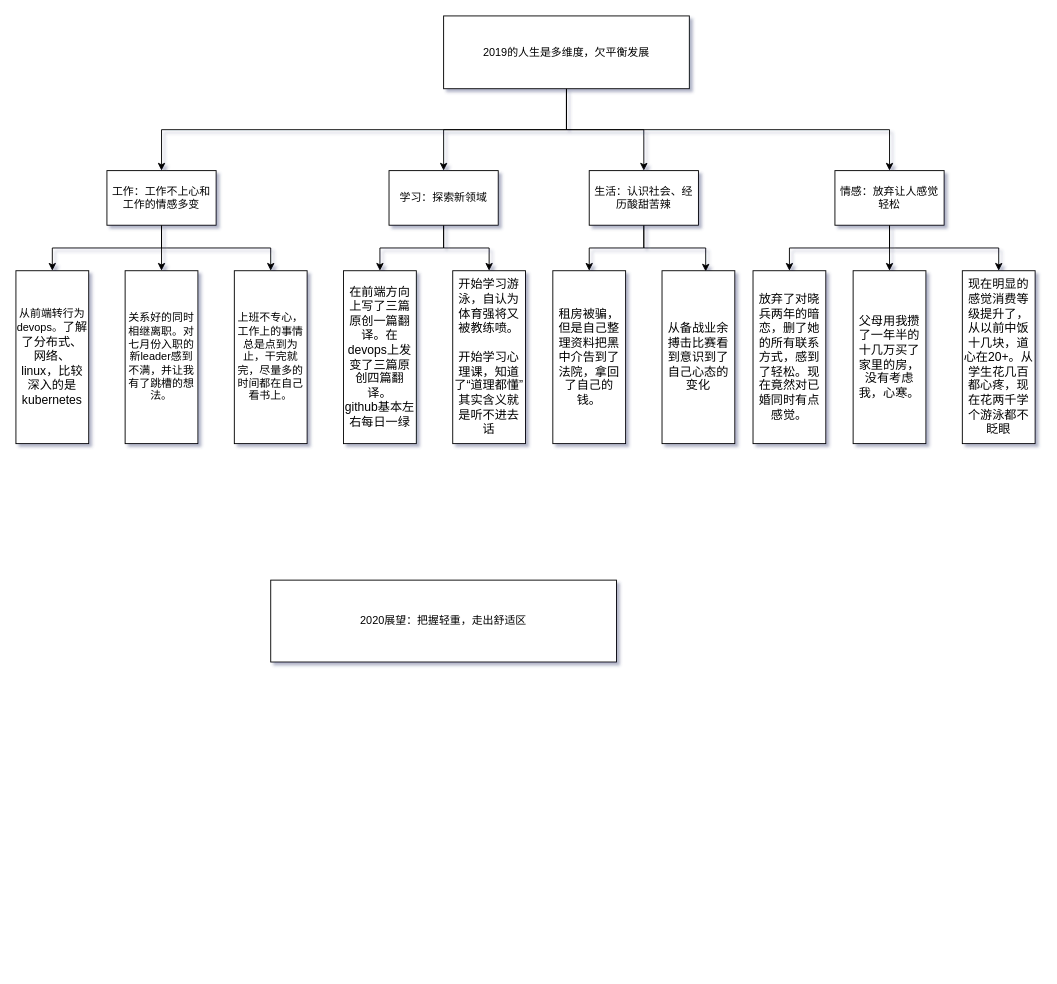
This is 2019-summary.drawio from helios741/plan, a draw.io file, before an edit. Source tidied: cells renumbered, new cells numbered last; positions are measured from the earlier drawing's top-left corner, leaving out a move shared by most shapes. Both pictures are drawn from the tidied source at 91%, with x=0, y=0 at pixel (15, 15).
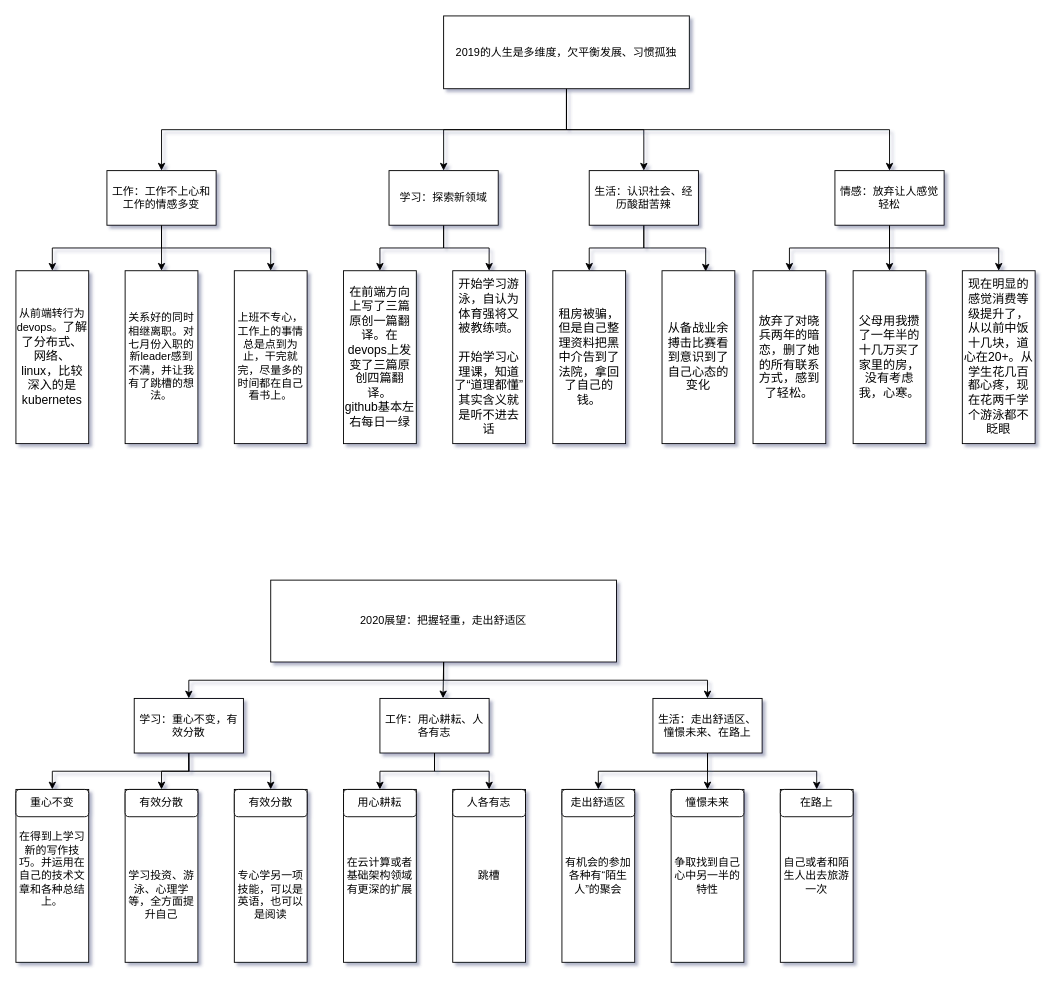
The same page after the edit.

The change refers to these unchanged cells:
```xml
<mxCell id="31" value="2020展望：把握轻重，走出舒适区" style="rounded=0;whiteSpace=wrap;html=1;" parent="1" vertex="1">
  <mxGeometry x="280" y="620" width="380" height="90" as="geometry" />
</mxCell>
```

Change to the diagram source:
```diff
@@
-    <mxCell id="6" value="2019的人生是多维度，欠平衡发展" style="rounded=0;whiteSpace=wrap;html=1;" parent="1" vertex="1">
+    <mxCell id="6" value="2019的人生是多维度，欠平衡发展、习惯孤独" style="rounded=0;whiteSpace=wrap;html=1;" parent="1" vertex="1">
       <mxGeometry x="470" width="270" height="80" as="geometry" />
     </mxCell>
@@
-    <mxCell id="28" value="&lt;span style=&quot;font-size: 13.3333px&quot;&gt;放弃了对晓兵两年的暗恋，删了她的所有联系方式，感到了轻松。现在竟然对已婚同时有点感觉。&lt;br&gt;&lt;/span&gt;" style="rounded=0;whiteSpace=wrap;html=1;" parent="1" vertex="1">
+    <mxCell id="28" value="&lt;span style=&quot;font-size: 13.3333px&quot;&gt;放弃了对晓兵两年的暗恋，删了她的所有联系方式，感到了轻松。&lt;br&gt;&lt;/span&gt;" style="rounded=0;whiteSpace=wrap;html=1;" parent="1" vertex="1">
       <mxGeometry x="810" y="280" width="80" height="190" as="geometry" />
     </mxCell>
@@
+    <mxCell id="32" style="edgeStyle=orthogonalEdgeStyle;rounded=0;jettySize=auto;html=1;exitX=0.5;exitY=1;exitDx=0;exitDy=0;entryX=0.5;entryY=0;entryDx=0;entryDy=0;" parent="1" edge="1" source="31" target="38">
+      <mxGeometry relative="1" as="geometry" />
+    </mxCell>
+    <mxCell id="33" style="edgeStyle=orthogonalEdgeStyle;rounded=0;jettySize=auto;html=1;exitX=0.5;exitY=1;exitDx=0;exitDy=0;entryX=0.578;entryY=-0.002;entryDx=0;entryDy=0;entryPerimeter=0;" parent="1" edge="1" source="31" target="49">
+      <mxGeometry relative="1" as="geometry" />
+    </mxCell>
+    <mxCell id="34" style="edgeStyle=orthogonalEdgeStyle;rounded=0;jettySize=auto;html=1;exitX=0.5;exitY=1;exitDx=0;exitDy=0;" parent="1" edge="1" source="31" target="55">
+      <mxGeometry relative="1" as="geometry" />
+    </mxCell>
@@
+    <mxCell id="35" style="edgeStyle=orthogonalEdgeStyle;rounded=0;jettySize=auto;html=1;exitX=0.5;exitY=1;exitDx=0;exitDy=0;entryX=0.5;entryY=0;entryDx=0;entryDy=0;" parent="1" edge="1" source="38" target="42">
+      <mxGeometry relative="1" as="geometry" />
+    </mxCell>
+    <mxCell id="36" style="edgeStyle=orthogonalEdgeStyle;rounded=0;jettySize=auto;html=1;exitX=0.5;exitY=1;exitDx=0;exitDy=0;" parent="1" edge="1" source="38" target="44">
+      <mxGeometry relative="1" as="geometry" />
+    </mxCell>
+    <mxCell id="37" style="edgeStyle=orthogonalEdgeStyle;rounded=0;jettySize=auto;html=1;exitX=0.5;exitY=1;exitDx=0;exitDy=0;entryX=0.5;entryY=0;entryDx=0;entryDy=0;" parent="1" edge="1" source="38" target="46">
+      <mxGeometry relative="1" as="geometry" />
+    </mxCell>
+    <mxCell id="38" value="学习：重心不变，有效分散" style="rounded=0;whiteSpace=wrap;html=1;" parent="1" vertex="1">
+      <mxGeometry x="130" y="750" width="120" height="60" as="geometry" />
+    </mxCell>
+    <mxCell id="39" value="在云计算或者基础架构领域有更深的扩展" style="rounded=0;whiteSpace=wrap;html=1;" parent="1" vertex="1">
+      <mxGeometry x="360" y="850" width="80" height="190" as="geometry" />
+    </mxCell>
+    <mxCell id="40" value="在得到上学习新的写作技巧。并运用在自己的技术文章和各种总结上。&lt;br&gt;&lt;br&gt;" style="rounded=0;whiteSpace=wrap;html=1;" parent="1" vertex="1">
+      <mxGeometry y="850" width="80" height="190" as="geometry" />
+    </mxCell>
+    <mxCell id="41" value="用心耕耘" style="rounded=1;whiteSpace=wrap;html=1;" parent="1" vertex="1">
+      <mxGeometry x="360" y="850" width="80" height="30" as="geometry" />
+    </mxCell>
+    <mxCell id="42" value="重心不变" style="rounded=1;whiteSpace=wrap;html=1;" parent="1" vertex="1">
+      <mxGeometry y="850" width="80" height="30" as="geometry" />
+    </mxCell>
+    <mxCell id="43" value="&lt;br&gt;&lt;br&gt;&lt;br&gt;学习投资、游泳、心理学等，全方面提升自己" style="rounded=0;whiteSpace=wrap;html=1;" parent="1" vertex="1">
+      <mxGeometry x="120" y="850" width="80" height="190" as="geometry" />
+    </mxCell>
+    <mxCell id="44" value="有效分散" style="rounded=1;whiteSpace=wrap;html=1;" parent="1" vertex="1">
+      <mxGeometry x="120" y="850" width="80" height="30" as="geometry" />
+    </mxCell>
+    <mxCell id="45" value="&lt;br&gt;&lt;br&gt;&lt;br&gt;专心学另一项技能，可以是英语，也可以是阅读" style="rounded=0;whiteSpace=wrap;html=1;" parent="1" vertex="1">
+      <mxGeometry x="240" y="850" width="80" height="190" as="geometry" />
+    </mxCell>
+    <mxCell id="46" value="有效分散" style="rounded=1;whiteSpace=wrap;html=1;" parent="1" vertex="1">
+      <mxGeometry x="240" y="850" width="80" height="30" as="geometry" />
+    </mxCell>
+    <mxCell id="47" style="edgeStyle=orthogonalEdgeStyle;rounded=0;jettySize=auto;html=1;exitX=0.5;exitY=1;exitDx=0;exitDy=0;entryX=0.5;entryY=0;entryDx=0;entryDy=0;" parent="1" edge="1" source="49" target="41">
+      <mxGeometry relative="1" as="geometry" />
+    </mxCell>
+    <mxCell id="48" style="edgeStyle=orthogonalEdgeStyle;rounded=0;jettySize=auto;html=1;exitX=0.5;exitY=1;exitDx=0;exitDy=0;entryX=0.5;entryY=0;entryDx=0;entryDy=0;" parent="1" edge="1" source="49" target="51">
+      <mxGeometry relative="1" as="geometry" />
+    </mxCell>
+    <mxCell id="49" value="工作：用心耕耘、人各有志" style="rounded=0;whiteSpace=wrap;html=1;" parent="1" vertex="1">
+      <mxGeometry x="400" y="750" width="120" height="60" as="geometry" />
+    </mxCell>
+    <mxCell id="50" value="跳槽" style="rounded=0;whiteSpace=wrap;html=1;" parent="1" vertex="1">
+      <mxGeometry x="480" y="850" width="80" height="190" as="geometry" />
+    </mxCell>
+    <mxCell id="51" value="人各有志" style="rounded=1;whiteSpace=wrap;html=1;" parent="1" vertex="1">
+      <mxGeometry x="480" y="850" width="80" height="30" as="geometry" />
+    </mxCell>
+    <mxCell id="52" style="edgeStyle=orthogonalEdgeStyle;rounded=0;jettySize=auto;html=1;exitX=0.5;exitY=1;exitDx=0;exitDy=0;entryX=0.5;entryY=0;entryDx=0;entryDy=0;" parent="1" edge="1" source="55" target="57">
+      <mxGeometry relative="1" as="geometry" />
+    </mxCell>
+    <mxCell id="53" style="edgeStyle=orthogonalEdgeStyle;rounded=0;jettySize=auto;html=1;exitX=0.5;exitY=1;exitDx=0;exitDy=0;entryX=0.5;entryY=0;entryDx=0;entryDy=0;" parent="1" edge="1" source="55" target="59">
+      <mxGeometry relative="1" as="geometry" />
+    </mxCell>
+    <mxCell id="54" style="edgeStyle=orthogonalEdgeStyle;rounded=0;jettySize=auto;html=1;exitX=0.5;exitY=1;exitDx=0;exitDy=0;entryX=0.5;entryY=0;entryDx=0;entryDy=0;" parent="1" edge="1" source="55" target="61">
+      <mxGeometry relative="1" as="geometry" />
+    </mxCell>
+    <mxCell id="55" value="生活：走出舒适区、憧憬未来、在路上" style="rounded=0;whiteSpace=wrap;html=1;" parent="1" vertex="1">
+      <mxGeometry x="700" y="750" width="120" height="60" as="geometry" />
+    </mxCell>
+    <mxCell id="56" value="有机会的参加各种有“陌生人”的聚会" style="rounded=0;whiteSpace=wrap;html=1;" parent="1" vertex="1">
+      <mxGeometry x="600" y="850" width="80" height="190" as="geometry" />
+    </mxCell>
+    <mxCell id="57" value="走出舒适区" style="rounded=1;whiteSpace=wrap;html=1;" parent="1" vertex="1">
+      <mxGeometry x="600" y="850" width="80" height="30" as="geometry" />
+    </mxCell>
+    <mxCell id="58" value="争取找到自己心中另一半的特性" style="rounded=0;whiteSpace=wrap;html=1;" parent="1" vertex="1">
+      <mxGeometry x="720" y="850" width="80" height="190" as="geometry" />
+    </mxCell>
+    <mxCell id="59" value="憧憬未来" style="rounded=1;whiteSpace=wrap;html=1;" parent="1" vertex="1">
+      <mxGeometry x="720" y="850" width="80" height="30" as="geometry" />
+    </mxCell>
+    <mxCell id="60" value="自己或者和陌生人出去旅游一次" style="rounded=0;whiteSpace=wrap;html=1;" parent="1" vertex="1">
+      <mxGeometry x="840" y="850" width="80" height="190" as="geometry" />
+    </mxCell>
+    <mxCell id="61" value="在路上" style="rounded=1;whiteSpace=wrap;html=1;" parent="1" vertex="1">
+      <mxGeometry x="840" y="850" width="80" height="30" as="geometry" />
+    </mxCell>
```
